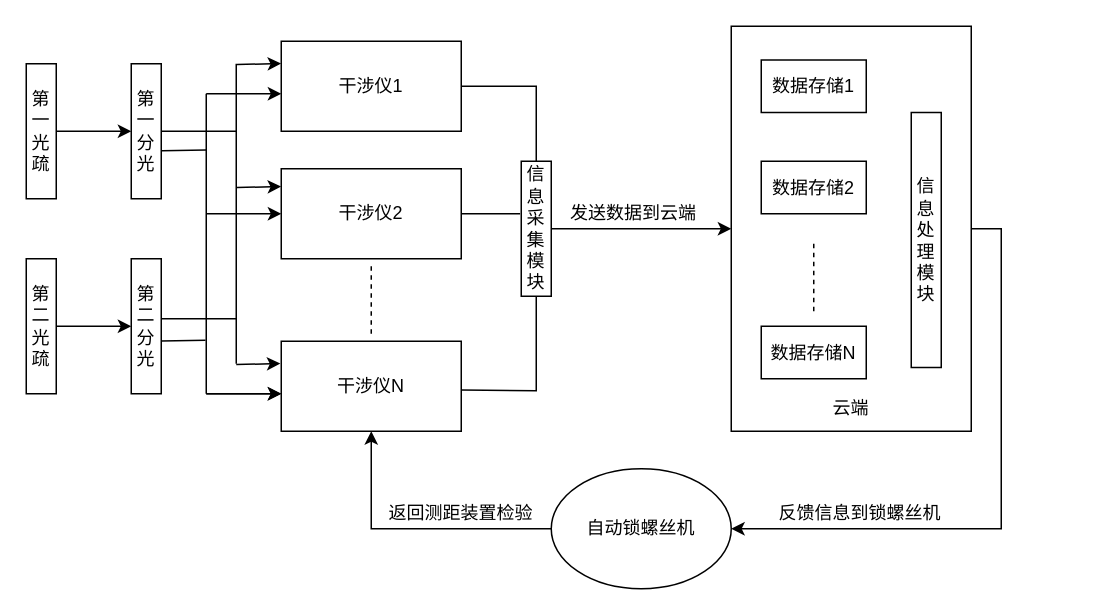
Earlier version of the draw.io diagram Untitled Diagram.drawio (dustinthesky/my-HTML-work). Source tidied: cells renumbered, new cells numbered last; positions are measured from the earlier drawing's top-left corner, leaving out a move shared by most shapes. Both pictures are drawn from the tidied source at 150%, with x=0, y=0 at pixel (26, 26).
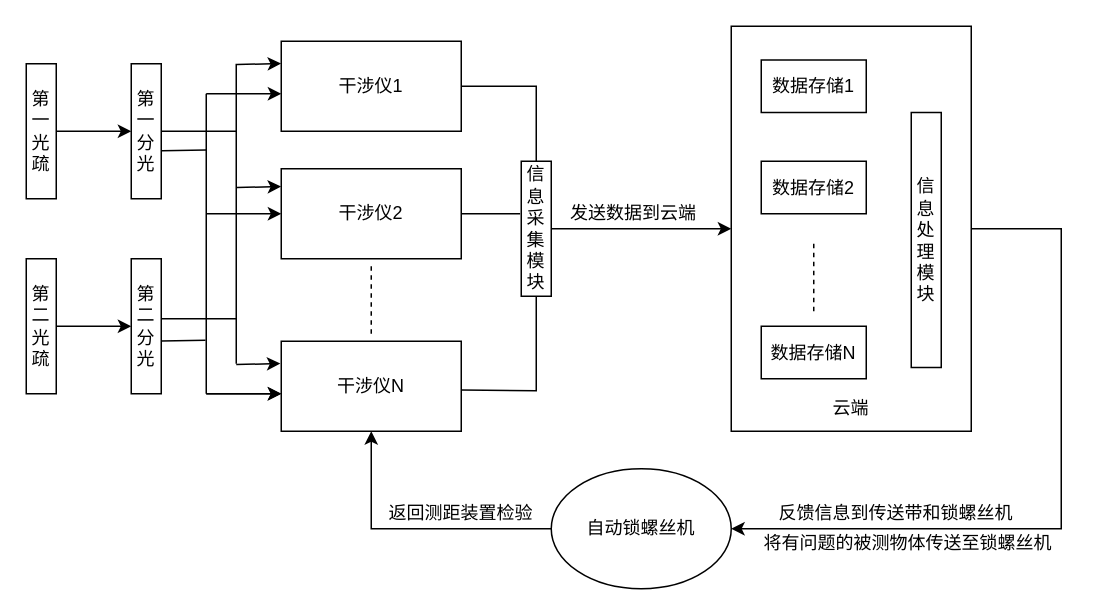
After the change.

The change refers to these unchanged cells:
```xml
<mxCell id="2" style="rounded=0;whiteSpace=wrap;html=1;" parent="1" vertex="1">
  <mxGeometry x="470" width="160" height="270" as="geometry" />
</mxCell>
<mxCell id="37" value="自动锁螺丝机" style="ellipse;whiteSpace=wrap;html=1;" parent="1" vertex="1">
  <mxGeometry x="350" y="295" width="120" height="80" as="geometry" />
</mxCell>
```

What changed in the source:
```diff
@@
     <mxCell id="36" style="endArrow=classic;html=1;rounded=0;exitX=1;exitY=0.5;exitDx=0;exitDy=0;entryX=1;entryY=0.5;entryDx=0;entryDy=0;" parent="1" edge="1" source="2" target="37">
       <mxGeometry relative="1" as="geometry">
         <Array as="points">
           <mxPoint x="650" y="135" />
-          <mxPoint x="650" y="335" />
+          <mxPoint x="690" y="135" />
+          <mxPoint x="690" y="335" />
           <mxPoint x="580" y="335" />
         </Array>
       </mxGeometry>
     </mxCell>
@@
-    <mxCell id="40" value="反馈信息到锁螺丝机&lt;br&gt;" style="text;html=1;align=left;verticalAlign=top;spacingTop=-4;" parent="1" vertex="1">
-      <mxGeometry x="500" y="315" width="120" height="20" as="geometry" />
+    <mxCell id="40" value="反馈信息到传送带和锁螺丝机" style="text;html=1;align=left;verticalAlign=top;spacingTop=-4;" parent="1" vertex="1">
+      <mxGeometry x="500" y="315" width="170" height="20" as="geometry" />
     </mxCell>
@@
+    <mxCell id="43" value="将有问题的被测物体传送至锁螺丝机" style="text;html=1;align=left;verticalAlign=top;spacingTop=-4;" parent="1" vertex="1">
+      <mxGeometry x="490" y="335" width="210" height="20" as="geometry" />
+    </mxCell>
```
